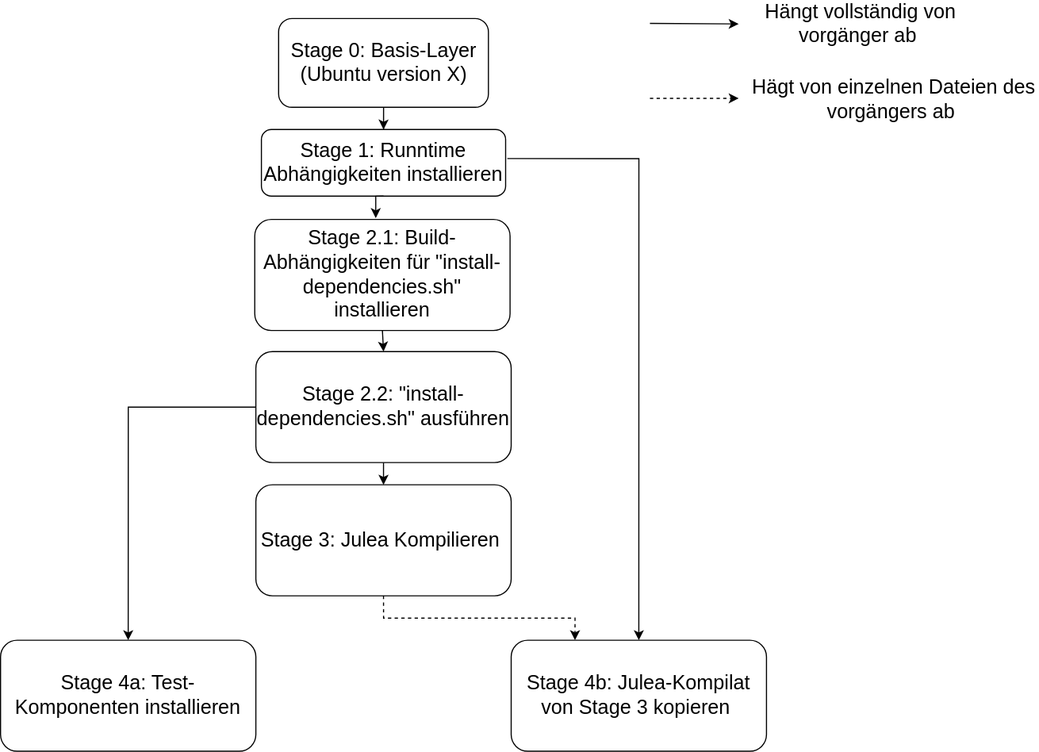
Above: figures/modell-spack-containerfile.drawio.svg in FinnHering/bachelor-arbeit (draw.io), before the change. Source tidied: cells renumbered, new cells last; positions are measured from the earlier drawing's top-left corner, leaving out a move shared by most shapes.
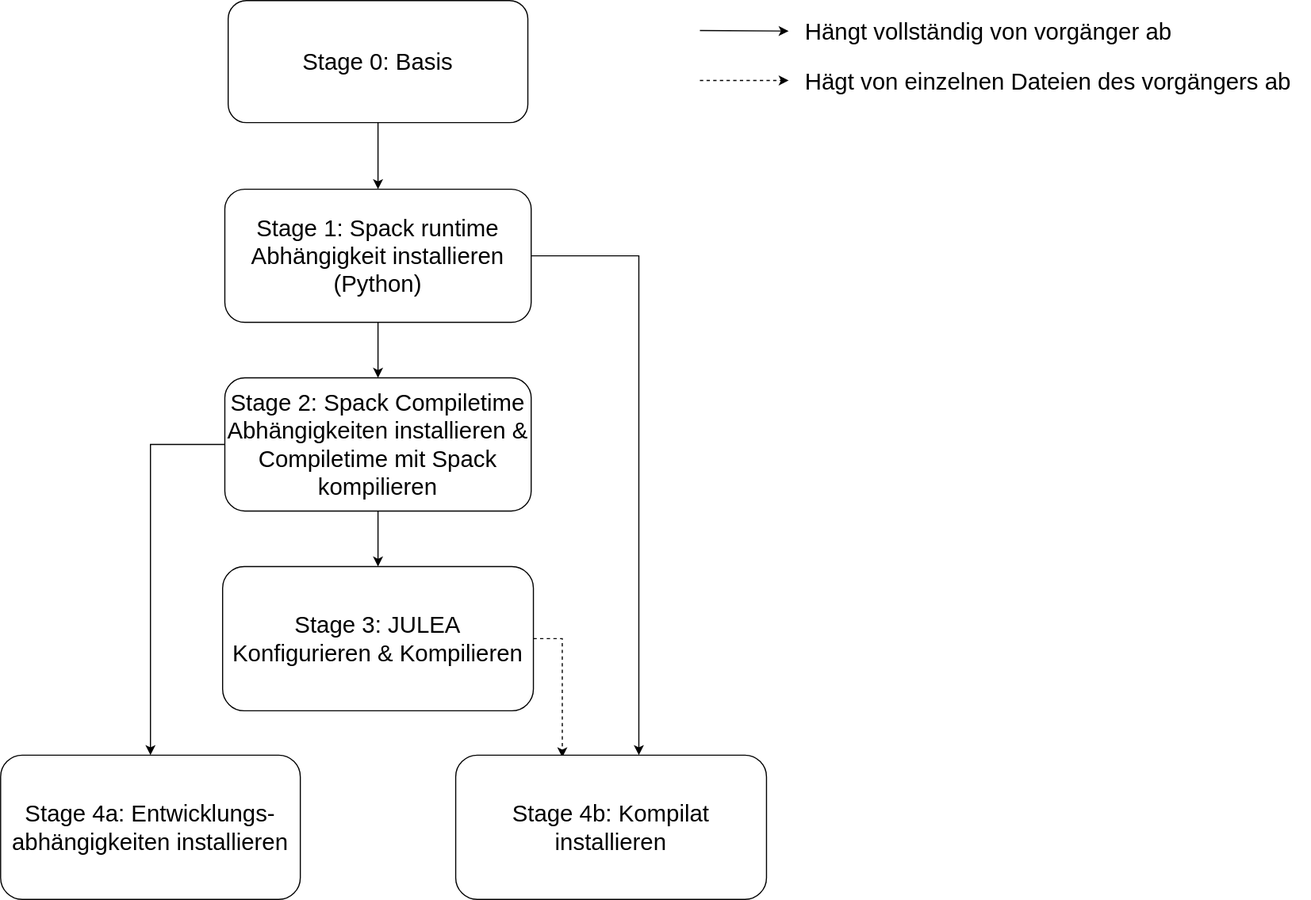
After the change.

Change to the diagram source:
```diff
@@ -2,65 +2,63 @@
   <root>
     <mxCell id="0" />
     <mxCell id="1" parent="0" />
-    <mxCell id="2" style="edgeStyle=orthogonalEdgeStyle;rounded=0;jettySize=auto;html=1;entryX=0.5;entryY=0;entryDx=0;entryDy=0;exitX=1.007;exitY=0.436;exitDx=0;exitDy=0;exitPerimeter=0;" parent="1" edge="1" source="3" target="12">
-      <mxGeometry relative="1" as="geometry" />
-    </mxCell>
-    <mxCell id="3" value="&lt;font style=&quot;font-size: 18px;&quot;&gt;Stage 1: Runntime Abhängigkeiten installieren&lt;/font&gt;" style="rounded=1;whiteSpace=wrap;html=1;" parent="1" vertex="1">
-      <mxGeometry x="235" y="110" width="220" height="60" as="geometry" />
-    </mxCell>
-    <mxCell id="4" style="edgeStyle=orthogonalEdgeStyle;rounded=0;jettySize=auto;html=1;exitX=0.5;exitY=1;exitDx=0;exitDy=0;entryX=0.5;entryY=0;entryDx=0;entryDy=0;" parent="1" edge="1" source="5" target="8">
-      <mxGeometry relative="1" as="geometry" />
-    </mxCell>
-    <mxCell id="5" value="&lt;font style=&quot;font-size: 18px;&quot;&gt;Stage 2.1: Build-Abhängigkeiten für &quot;install-dependencies.sh&quot; installieren&lt;/font&gt;" style="whiteSpace=wrap;html=1;rounded=1;" parent="1" vertex="1">
-      <mxGeometry x="229" y="191" width="230" height="100" as="geometry" />
-    </mxCell>
-    <mxCell id="6" style="edgeStyle=orthogonalEdgeStyle;rounded=0;jettySize=auto;html=1;exitX=0.5;exitY=1;exitDx=0;exitDy=0;entryX=0.5;entryY=0;entryDx=0;entryDy=0;" parent="1" edge="1" source="8" target="10">
-      <mxGeometry relative="1" as="geometry" />
-    </mxCell>
-    <mxCell id="7" style="edgeStyle=orthogonalEdgeStyle;rounded=0;jettySize=auto;html=1;exitX=0;exitY=0.5;exitDx=0;exitDy=0;entryX=0.5;entryY=0;entryDx=0;entryDy=0;" parent="1" edge="1" source="8" target="11">
-      <mxGeometry relative="1" as="geometry" />
-    </mxCell>
-    <mxCell id="8" value="&lt;font style=&quot;font-size: 18px;&quot;&gt;Stage 2.2: &quot;install-dependencies.sh&quot; ausführen&lt;/font&gt;" style="whiteSpace=wrap;html=1;rounded=1;" parent="1" vertex="1">
-      <mxGeometry x="230" y="310" width="230" height="100" as="geometry" />
-    </mxCell>
-    <mxCell id="9" style="edgeStyle=orthogonalEdgeStyle;rounded=0;jettySize=auto;html=1;exitX=0.5;exitY=1;exitDx=0;exitDy=0;entryX=0.25;entryY=0;entryDx=0;entryDy=0;dashed=1;" parent="1" edge="1" source="10" target="12">
-      <mxGeometry relative="1" as="geometry" />
-    </mxCell>
-    <mxCell id="10" value="&lt;font style=&quot;font-size: 18px;&quot;&gt;Stage 3: Julea Kompilieren&amp;nbsp;&lt;/font&gt;" style="whiteSpace=wrap;html=1;rounded=1;" parent="1" vertex="1">
-      <mxGeometry x="230" y="430" width="230" height="100" as="geometry" />
-    </mxCell>
-    <mxCell id="11" value="Stage 4a: Test-Komponenten installieren" style="whiteSpace=wrap;html=1;rounded=1;fontSize=18;" parent="1" vertex="1">
-      <mxGeometry y="570" width="230" height="100" as="geometry" />
-    </mxCell>
-    <mxCell id="12" value="Stage 4b: Julea-Kompilat von Stage 3 kopieren&amp;nbsp;" style="whiteSpace=wrap;html=1;rounded=1;fontSize=18;" parent="1" vertex="1">
-      <mxGeometry x="460" y="570" width="230" height="100" as="geometry" />
-    </mxCell>
     <mxCell id="13" style="endArrow=classic;html=1;rounded=0;dashed=1;" parent="1" edge="1">
       <mxGeometry relative="1" as="geometry">
-        <mxPoint x="585" y="81.9" as="sourcePoint" />
-        <mxPoint x="665" y="81.9" as="targetPoint" />
+        <mxPoint x="555" y="42" as="sourcePoint" />
+        <mxPoint x="635" y="42" as="targetPoint" />
       </mxGeometry>
     </mxCell>
     <mxCell id="14" style="endArrow=classic;html=1;rounded=0;" parent="1" edge="1">
       <mxGeometry relative="1" as="geometry">
-        <mxPoint x="585" y="14.4" as="sourcePoint" />
-        <mxPoint x="665" y="14.9" as="targetPoint" />
+        <mxPoint x="555" y="-3" as="sourcePoint" />
+        <mxPoint x="635" y="-2.5" as="targetPoint" />
       </mxGeometry>
     </mxCell>
-    <mxCell id="15" value="Hängt vollständig von vorgänger ab&amp;nbsp;" style="text;html=1;align=center;verticalAlign=middle;whiteSpace=wrap;rounded=0;fontSize=18;" parent="1" vertex="1">
-      <mxGeometry x="675" width="200" height="30" as="geometry" />
+    <mxCell id="15" value="Hängt vollständig von vorgänger ab&amp;nbsp;" style="text;html=1;align=left;verticalAlign=middle;whiteSpace=wrap;rounded=0;fontSize=21;" parent="1" vertex="1">
+      <mxGeometry x="648" y="-17.5" width="367" height="30" as="geometry" />
     </mxCell>
-    <mxCell id="16" value="Hägt von einzelnen Dateien des vorgängers ab&amp;nbsp;" style="text;html=1;align=center;verticalAlign=middle;whiteSpace=wrap;rounded=0;fontSize=18;" parent="1" vertex="1">
-      <mxGeometry x="675" y="67.5" width="260" height="30" as="geometry" />
+    <mxCell id="16" value="Hägt von einzelnen Dateien des vorgängers ab&amp;nbsp;" style="text;html=1;align=left;verticalAlign=middle;whiteSpace=wrap;rounded=0;fontSize=21;" parent="1" vertex="1">
+      <mxGeometry x="648" y="27.5" width="457" height="30" as="geometry" />
     </mxCell>
-    <mxCell id="17" style="edgeStyle=orthogonalEdgeStyle;rounded=0;jettySize=auto;html=1;entryX=0.5;entryY=0;entryDx=0;entryDy=0;" parent="1" edge="1" source="18" target="3">
-      <mxGeometry relative="1" as="geometry" />
-    </mxCell>
-    <mxCell id="18" value="&lt;font style=&quot;font-size: 18px;&quot;&gt;Stage 0: Basis-Layer (Ubuntu version X)&lt;/font&gt;" style="rounded=1;whiteSpace=wrap;html=1;" parent="1" vertex="1">
-      <mxGeometry x="250.5" y="10" width="189" height="80" as="geometry" />
-    </mxCell>
-    <mxCell id="19" style="edgeStyle=orthogonalEdgeStyle;rounded=0;jettySize=auto;html=1;exitX=0.5;exitY=1;exitDx=0;exitDy=0;entryX=0.474;entryY=-0.012;entryDx=0;entryDy=0;entryPerimeter=0;" parent="1" edge="1" source="3" target="5">
-      <mxGeometry relative="1" as="geometry" />
-    </mxCell>
+    <mxCell id="20" style="edgeStyle=orthogonalEdgeStyle;rounded=0;jettySize=auto;html=1;" parent="1" edge="1" source="21" target="23">
+      <mxGeometry relative="1" as="geometry" />
+    </mxCell>
+    <mxCell id="21" value="&lt;font style=&quot;font-size: 21px;&quot;&gt;Stage 0: Basis&lt;/font&gt;" style="whiteSpace=wrap;html=1;rounded=1;" parent="1" vertex="1">
+      <mxGeometry x="130" y="-30" width="270" height="110" as="geometry" />
+    </mxCell>
+    <mxCell id="22" style="edgeStyle=orthogonalEdgeStyle;rounded=0;jettySize=auto;html=1;" parent="1" edge="1" source="23" target="27">
+      <mxGeometry relative="1" as="geometry" />
+    </mxCell>
+    <mxCell id="23" value="&lt;font style=&quot;font-size: 21px;&quot;&gt;Stage 1: Spack runtime Abhängigkeit installieren (Python)&lt;/font&gt;" style="whiteSpace=wrap;html=1;rounded=1;fontSize=21;" parent="1" vertex="1">
+      <mxGeometry x="127" y="140" width="276" height="120" as="geometry" />
+    </mxCell>
+    <mxCell id="24" style="edgeStyle=orthogonalEdgeStyle;rounded=0;jettySize=auto;html=1;" parent="1" edge="1" source="27" target="29">
+      <mxGeometry relative="1" as="geometry" />
+    </mxCell>
+    <mxCell id="25" style="edgeStyle=orthogonalEdgeStyle;rounded=0;jettySize=auto;html=1;exitX=0;exitY=0.5;exitDx=0;exitDy=0;entryX=0.5;entryY=0;entryDx=0;entryDy=0;" parent="1" edge="1" source="27" target="30">
+      <mxGeometry relative="1" as="geometry" />
+    </mxCell>
+    <mxCell id="26" style="edgeStyle=orthogonalEdgeStyle;rounded=0;jettySize=auto;html=1;exitX=1;exitY=0.5;exitDx=0;exitDy=0;" parent="1" edge="1" source="23" target="31">
+      <mxGeometry relative="1" as="geometry">
+        <Array as="points">
+          <mxPoint x="500" y="200" />
+        </Array>
+      </mxGeometry>
+    </mxCell>
+    <mxCell id="27" value="&lt;font style=&quot;font-size: 21px;&quot;&gt;Stage 2: Spack Compiletime Abhängigkeiten installieren &amp;amp; Compiletime mit Spack kompilieren&lt;/font&gt;" style="whiteSpace=wrap;html=1;rounded=1;fontSize=21;" parent="1" vertex="1">
+      <mxGeometry x="127" y="310" width="276" height="120" as="geometry" />
+    </mxCell>
+    <mxCell id="28" style="edgeStyle=orthogonalEdgeStyle;rounded=0;jettySize=auto;html=1;exitX=1;exitY=0.5;exitDx=0;exitDy=0;entryX=0.343;entryY=0.015;entryDx=0;entryDy=0;dashed=1;entryPerimeter=0;" parent="1" edge="1" source="29" target="31">
+      <mxGeometry relative="1" as="geometry" />
+    </mxCell>
+    <mxCell id="29" value="&lt;font style=&quot;font-size: 21px;&quot;&gt;Stage 3: JULEA Konfigurieren &amp;amp; Kompilieren&lt;/font&gt;" style="whiteSpace=wrap;html=1;rounded=1;fontSize=21;" parent="1" vertex="1">
+      <mxGeometry x="125" y="480" width="280" height="130" as="geometry" />
+    </mxCell>
+    <mxCell id="30" value="&lt;font style=&quot;font-size: 21px;&quot;&gt;Stage 4a: Entwicklungs-abhängigkeiten installieren&lt;/font&gt;" style="whiteSpace=wrap;html=1;rounded=1;fontSize=21;" parent="1" vertex="1">
+      <mxGeometry x="-75" y="650" width="270" height="130" as="geometry" />
+    </mxCell>
+    <mxCell id="31" value="&lt;font style=&quot;font-size: 21px;&quot;&gt;Stage 4b: Kompilat installieren&lt;/font&gt;" style="whiteSpace=wrap;html=1;rounded=1;fontSize=21;" parent="1" vertex="1">
+      <mxGeometry x="335" y="650" width="280" height="130" as="geometry" />
+    </mxCell>
   </root>
 </mxGraphModel>
```
